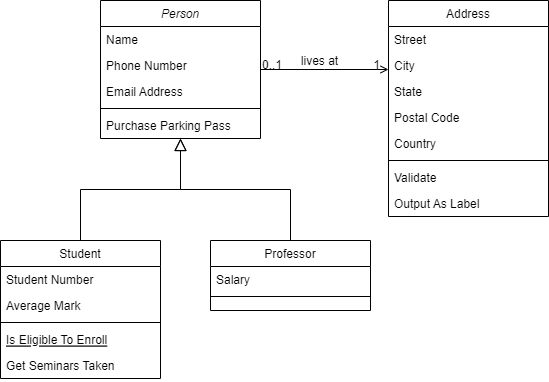
The draw.io diagram Module8/ProgrammingAssignment/ChapterThirtyExercise/SmallestElementStreamUML.png in njlowhorn/Java_Class, before a commit. Source tidied: cells renumbered, new cells last; positions are measured from the earlier drawing's top-left corner, leaving out a move shared by most shapes. The source it was exported from:
```xml
<mxGraphModel>
  <root>
    <mxCell id="0" />
    <mxCell id="1" parent="0" />
    <mxCell id="2" value="Person" style="swimlane;fontStyle=2;align=center;verticalAlign=top;horizontal=1;startSize=26;rounded=0;shadow=0;strokeWidth=1;" parent="1" vertex="1">
      <mxGeometry x="100" width="160" height="138" as="geometry" />
    </mxCell>
    <mxCell id="3" value="Name" style="text;align=left;verticalAlign=top;spacingLeft=4;spacingRight=4;overflow=hidden;" parent="2" vertex="1">
      <mxGeometry y="26" width="160" height="26" as="geometry" />
    </mxCell>
    <mxCell id="4" value="Phone Number" style="text;align=left;verticalAlign=top;spacingLeft=4;spacingRight=4;overflow=hidden;rounded=0;shadow=0;html=0;" parent="2" vertex="1">
      <mxGeometry y="52" width="160" height="26" as="geometry" />
    </mxCell>
    <mxCell id="5" value="Email Address" style="text;align=left;verticalAlign=top;spacingLeft=4;spacingRight=4;overflow=hidden;rounded=0;shadow=0;html=0;" parent="2" vertex="1">
      <mxGeometry y="78" width="160" height="26" as="geometry" />
    </mxCell>
    <mxCell id="6" style="line;html=1;strokeWidth=1;align=left;verticalAlign=middle;spacingTop=-1;spacingLeft=3;spacingRight=3;labelPosition=right;" parent="2" vertex="1">
      <mxGeometry y="104" width="160" height="8" as="geometry" />
    </mxCell>
    <mxCell id="7" value="Purchase Parking Pass" style="text;align=left;verticalAlign=top;spacingLeft=4;spacingRight=4;overflow=hidden;" parent="2" vertex="1">
      <mxGeometry y="112" width="160" height="26" as="geometry" />
    </mxCell>
    <mxCell id="8" value="Student" style="swimlane;fontStyle=0;align=center;verticalAlign=top;horizontal=1;startSize=26;rounded=0;shadow=0;strokeWidth=1;" parent="1" vertex="1">
      <mxGeometry y="240" width="160" height="138" as="geometry" />
    </mxCell>
    <mxCell id="9" value="Student Number" style="text;align=left;verticalAlign=top;spacingLeft=4;spacingRight=4;overflow=hidden;" parent="8" vertex="1">
      <mxGeometry y="26" width="160" height="26" as="geometry" />
    </mxCell>
    <mxCell id="10" value="Average Mark" style="text;align=left;verticalAlign=top;spacingLeft=4;spacingRight=4;overflow=hidden;rounded=0;shadow=0;html=0;" parent="8" vertex="1">
      <mxGeometry y="52" width="160" height="26" as="geometry" />
    </mxCell>
    <mxCell id="11" style="line;html=1;strokeWidth=1;align=left;verticalAlign=middle;spacingTop=-1;spacingLeft=3;spacingRight=3;labelPosition=right;" parent="8" vertex="1">
      <mxGeometry y="78" width="160" height="8" as="geometry" />
    </mxCell>
    <mxCell id="12" value="Is Eligible To Enroll" style="text;align=left;verticalAlign=top;spacingLeft=4;spacingRight=4;overflow=hidden;fontStyle=4;" parent="8" vertex="1">
      <mxGeometry y="86" width="160" height="26" as="geometry" />
    </mxCell>
    <mxCell id="13" value="Get Seminars Taken" style="text;align=left;verticalAlign=top;spacingLeft=4;spacingRight=4;overflow=hidden;" parent="8" vertex="1">
      <mxGeometry y="112" width="160" height="26" as="geometry" />
    </mxCell>
    <mxCell id="14" style="endArrow=block;endSize=10;endFill=0;shadow=0;strokeWidth=1;rounded=0;edgeStyle=elbowEdgeStyle;elbow=vertical;" parent="1" edge="1" source="8" target="2">
      <mxGeometry relative="1" as="geometry" />
    </mxCell>
    <mxCell id="15" value="Professor" style="swimlane;fontStyle=0;align=center;verticalAlign=top;horizontal=1;startSize=26;rounded=0;shadow=0;strokeWidth=1;" parent="1" vertex="1">
      <mxGeometry x="210" y="240" width="160" height="70" as="geometry" />
    </mxCell>
    <mxCell id="16" value="Salary" style="text;align=left;verticalAlign=top;spacingLeft=4;spacingRight=4;overflow=hidden;" parent="15" vertex="1">
      <mxGeometry y="26" width="160" height="26" as="geometry" />
    </mxCell>
    <mxCell id="17" style="line;html=1;strokeWidth=1;align=left;verticalAlign=middle;spacingTop=-1;spacingLeft=3;spacingRight=3;labelPosition=right;" parent="15" vertex="1">
      <mxGeometry y="52" width="160" height="8" as="geometry" />
    </mxCell>
    <mxCell id="18" style="endArrow=block;endSize=10;endFill=0;shadow=0;strokeWidth=1;rounded=0;edgeStyle=elbowEdgeStyle;elbow=vertical;" parent="1" edge="1" source="15" target="2">
      <mxGeometry relative="1" as="geometry" />
    </mxCell>
    <mxCell id="19" value="Address" style="swimlane;fontStyle=0;align=center;verticalAlign=top;horizontal=1;startSize=26;rounded=0;shadow=0;strokeWidth=1;" parent="1" vertex="1">
      <mxGeometry x="388" width="160" height="216" as="geometry" />
    </mxCell>
    <mxCell id="20" value="Street" style="text;align=left;verticalAlign=top;spacingLeft=4;spacingRight=4;overflow=hidden;" parent="19" vertex="1">
      <mxGeometry y="26" width="160" height="26" as="geometry" />
    </mxCell>
    <mxCell id="21" value="City" style="text;align=left;verticalAlign=top;spacingLeft=4;spacingRight=4;overflow=hidden;rounded=0;shadow=0;html=0;" parent="19" vertex="1">
      <mxGeometry y="52" width="160" height="26" as="geometry" />
    </mxCell>
    <mxCell id="22" value="State" style="text;align=left;verticalAlign=top;spacingLeft=4;spacingRight=4;overflow=hidden;rounded=0;shadow=0;html=0;" parent="19" vertex="1">
      <mxGeometry y="78" width="160" height="26" as="geometry" />
    </mxCell>
    <mxCell id="23" value="Postal Code" style="text;align=left;verticalAlign=top;spacingLeft=4;spacingRight=4;overflow=hidden;rounded=0;shadow=0;html=0;" parent="19" vertex="1">
      <mxGeometry y="104" width="160" height="26" as="geometry" />
    </mxCell>
    <mxCell id="24" value="Country" style="text;align=left;verticalAlign=top;spacingLeft=4;spacingRight=4;overflow=hidden;rounded=0;shadow=0;html=0;" parent="19" vertex="1">
      <mxGeometry y="130" width="160" height="26" as="geometry" />
    </mxCell>
    <mxCell id="25" style="line;html=1;strokeWidth=1;align=left;verticalAlign=middle;spacingTop=-1;spacingLeft=3;spacingRight=3;labelPosition=right;" parent="19" vertex="1">
      <mxGeometry y="156" width="160" height="8" as="geometry" />
    </mxCell>
    <mxCell id="26" value="Validate" style="text;align=left;verticalAlign=top;spacingLeft=4;spacingRight=4;overflow=hidden;" parent="19" vertex="1">
      <mxGeometry y="164" width="160" height="26" as="geometry" />
    </mxCell>
    <mxCell id="27" value="Output As Label" style="text;align=left;verticalAlign=top;spacingLeft=4;spacingRight=4;overflow=hidden;" parent="19" vertex="1">
      <mxGeometry y="190" width="160" height="26" as="geometry" />
    </mxCell>
    <mxCell id="28" style="endArrow=open;shadow=0;strokeWidth=1;rounded=0;endFill=1;edgeStyle=elbowEdgeStyle;elbow=vertical;" parent="1" edge="1" source="2" target="19">
      <mxGeometry x="0.5" y="41" relative="1" as="geometry">
        <mxPoint x="-40" y="32" as="offset" />
      </mxGeometry>
    </mxCell>
    <mxCell id="29" value="0..1" style="align=left;verticalAlign=bottom;labelBackgroundColor=none;fontSize=12;" parent="28" vertex="1">
      <mxGeometry x="-1" relative="1" as="geometry">
        <mxPoint y="4" as="offset" />
      </mxGeometry>
    </mxCell>
    <mxCell id="30" value="1" style="align=right;verticalAlign=bottom;labelBackgroundColor=none;fontSize=12;" parent="28" vertex="1">
      <mxGeometry x="1" relative="1" as="geometry">
        <mxPoint x="-7" y="4" as="offset" />
      </mxGeometry>
    </mxCell>
    <mxCell id="31" value="lives at" style="text;html=1;align=center;verticalAlign=middle;labelBackgroundColor=none;rounded=0;shadow=0;strokeWidth=1;fontSize=12;" parent="28" vertex="1">
      <mxGeometry x="0.5" y="49" relative="1" as="geometry">
        <mxPoint x="-38" y="40" as="offset" />
      </mxGeometry>
    </mxCell>
  </root>
</mxGraphModel>
```
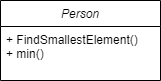
Above is the later version.

What changed in the source:
```diff
@@ -3,102 +3,10 @@
     <mxCell id="0" />
     <mxCell id="1" parent="0" />
     <mxCell id="2" value="Person" style="swimlane;fontStyle=2;align=center;verticalAlign=top;horizontal=1;startSize=26;rounded=0;shadow=0;strokeWidth=1;" parent="1" vertex="1">
-      <mxGeometry x="100" width="160" height="138" as="geometry" />
+      <mxGeometry x="100" width="160" height="80" as="geometry" />
     </mxCell>
-    <mxCell id="3" value="Name" style="text;align=left;verticalAlign=top;spacingLeft=4;spacingRight=4;overflow=hidden;" parent="2" vertex="1">
-      <mxGeometry y="26" width="160" height="26" as="geometry" />
+    <mxCell id="3" value="+ FindSmallestElement()&#10;+ min()" style="text;align=left;verticalAlign=top;spacingLeft=4;spacingRight=4;overflow=hidden;" parent="2" vertex="1">
+      <mxGeometry y="26" width="160" height="34" as="geometry" />
     </mxCell>
-    <mxCell id="4" value="Phone Number" style="text;align=left;verticalAlign=top;spacingLeft=4;spacingRight=4;overflow=hidden;rounded=0;shadow=0;html=0;" parent="2" vertex="1">
-      <mxGeometry y="52" width="160" height="26" as="geometry" />
-    </mxCell>
-    <mxCell id="5" value="Email Address" style="text;align=left;verticalAlign=top;spacingLeft=4;spacingRight=4;overflow=hidden;rounded=0;shadow=0;html=0;" parent="2" vertex="1">
-      <mxGeometry y="78" width="160" height="26" as="geometry" />
-    </mxCell>
-    <mxCell id="6" style="line;html=1;strokeWidth=1;align=left;verticalAlign=middle;spacingTop=-1;spacingLeft=3;spacingRight=3;labelPosition=right;" parent="2" vertex="1">
-      <mxGeometry y="104" width="160" height="8" as="geometry" />
-    </mxCell>
-    <mxCell id="7" value="Purchase Parking Pass" style="text;align=left;verticalAlign=top;spacingLeft=4;spacingRight=4;overflow=hidden;" parent="2" vertex="1">
-      <mxGeometry y="112" width="160" height="26" as="geometry" />
-    </mxCell>
-    <mxCell id="8" value="Student" style="swimlane;fontStyle=0;align=center;verticalAlign=top;horizontal=1;startSize=26;rounded=0;shadow=0;strokeWidth=1;" parent="1" vertex="1">
-      <mxGeometry y="240" width="160" height="138" as="geometry" />
-    </mxCell>
-    <mxCell id="9" value="Student Number" style="text;align=left;verticalAlign=top;spacingLeft=4;spacingRight=4;overflow=hidden;" parent="8" vertex="1">
-      <mxGeometry y="26" width="160" height="26" as="geometry" />
-    </mxCell>
-    <mxCell id="10" value="Average Mark" style="text;align=left;verticalAlign=top;spacingLeft=4;spacingRight=4;overflow=hidden;rounded=0;shadow=0;html=0;" parent="8" vertex="1">
-      <mxGeometry y="52" width="160" height="26" as="geometry" />
-    </mxCell>
-    <mxCell id="11" style="line;html=1;strokeWidth=1;align=left;verticalAlign=middle;spacingTop=-1;spacingLeft=3;spacingRight=3;labelPosition=right;" parent="8" vertex="1">
-      <mxGeometry y="78" width="160" height="8" as="geometry" />
-    </mxCell>
-    <mxCell id="12" value="Is Eligible To Enroll" style="text;align=left;verticalAlign=top;spacingLeft=4;spacingRight=4;overflow=hidden;fontStyle=4;" parent="8" vertex="1">
-      <mxGeometry y="86" width="160" height="26" as="geometry" />
-    </mxCell>
-    <mxCell id="13" value="Get Seminars Taken" style="text;align=left;verticalAlign=top;spacingLeft=4;spacingRight=4;overflow=hidden;" parent="8" vertex="1">
-      <mxGeometry y="112" width="160" height="26" as="geometry" />
-    </mxCell>
-    <mxCell id="14" style="endArrow=block;endSize=10;endFill=0;shadow=0;strokeWidth=1;rounded=0;edgeStyle=elbowEdgeStyle;elbow=vertical;" parent="1" edge="1" source="8" target="2">
-      <mxGeometry relative="1" as="geometry" />
-    </mxCell>
-    <mxCell id="15" value="Professor" style="swimlane;fontStyle=0;align=center;verticalAlign=top;horizontal=1;startSize=26;rounded=0;shadow=0;strokeWidth=1;" parent="1" vertex="1">
-      <mxGeometry x="210" y="240" width="160" height="70" as="geometry" />
-    </mxCell>
-    <mxCell id="16" value="Salary" style="text;align=left;verticalAlign=top;spacingLeft=4;spacingRight=4;overflow=hidden;" parent="15" vertex="1">
-      <mxGeometry y="26" width="160" height="26" as="geometry" />
-    </mxCell>
-    <mxCell id="17" style="line;html=1;strokeWidth=1;align=left;verticalAlign=middle;spacingTop=-1;spacingLeft=3;spacingRight=3;labelPosition=right;" parent="15" vertex="1">
-      <mxGeometry y="52" width="160" height="8" as="geometry" />
-    </mxCell>
-    <mxCell id="18" style="endArrow=block;endSize=10;endFill=0;shadow=0;strokeWidth=1;rounded=0;edgeStyle=elbowEdgeStyle;elbow=vertical;" parent="1" edge="1" source="15" target="2">
-      <mxGeometry relative="1" as="geometry" />
-    </mxCell>
-    <mxCell id="19" value="Address" style="swimlane;fontStyle=0;align=center;verticalAlign=top;horizontal=1;startSize=26;rounded=0;shadow=0;strokeWidth=1;" parent="1" vertex="1">
-      <mxGeometry x="388" width="160" height="216" as="geometry" />
-    </mxCell>
-    <mxCell id="20" value="Street" style="text;align=left;verticalAlign=top;spacingLeft=4;spacingRight=4;overflow=hidden;" parent="19" vertex="1">
-      <mxGeometry y="26" width="160" height="26" as="geometry" />
-    </mxCell>
-    <mxCell id="21" value="City" style="text;align=left;verticalAlign=top;spacingLeft=4;spacingRight=4;overflow=hidden;rounded=0;shadow=0;html=0;" parent="19" vertex="1">
-      <mxGeometry y="52" width="160" height="26" as="geometry" />
-    </mxCell>
-    <mxCell id="22" value="State" style="text;align=left;verticalAlign=top;spacingLeft=4;spacingRight=4;overflow=hidden;rounded=0;shadow=0;html=0;" parent="19" vertex="1">
-      <mxGeometry y="78" width="160" height="26" as="geometry" />
-    </mxCell>
-    <mxCell id="23" value="Postal Code" style="text;align=left;verticalAlign=top;spacingLeft=4;spacingRight=4;overflow=hidden;rounded=0;shadow=0;html=0;" parent="19" vertex="1">
-      <mxGeometry y="104" width="160" height="26" as="geometry" />
-    </mxCell>
-    <mxCell id="24" value="Country" style="text;align=left;verticalAlign=top;spacingLeft=4;spacingRight=4;overflow=hidden;rounded=0;shadow=0;html=0;" parent="19" vertex="1">
-      <mxGeometry y="130" width="160" height="26" as="geometry" />
-    </mxCell>
-    <mxCell id="25" style="line;html=1;strokeWidth=1;align=left;verticalAlign=middle;spacingTop=-1;spacingLeft=3;spacingRight=3;labelPosition=right;" parent="19" vertex="1">
-      <mxGeometry y="156" width="160" height="8" as="geometry" />
-    </mxCell>
-    <mxCell id="26" value="Validate" style="text;align=left;verticalAlign=top;spacingLeft=4;spacingRight=4;overflow=hidden;" parent="19" vertex="1">
-      <mxGeometry y="164" width="160" height="26" as="geometry" />
-    </mxCell>
-    <mxCell id="27" value="Output As Label" style="text;align=left;verticalAlign=top;spacingLeft=4;spacingRight=4;overflow=hidden;" parent="19" vertex="1">
-      <mxGeometry y="190" width="160" height="26" as="geometry" />
-    </mxCell>
-    <mxCell id="28" style="endArrow=open;shadow=0;strokeWidth=1;rounded=0;endFill=1;edgeStyle=elbowEdgeStyle;elbow=vertical;" parent="1" edge="1" source="2" target="19">
-      <mxGeometry x="0.5" y="41" relative="1" as="geometry">
-        <mxPoint x="-40" y="32" as="offset" />
-      </mxGeometry>
-    </mxCell>
-    <mxCell id="29" value="0..1" style="align=left;verticalAlign=bottom;labelBackgroundColor=none;fontSize=12;" parent="28" vertex="1">
-      <mxGeometry x="-1" relative="1" as="geometry">
-        <mxPoint y="4" as="offset" />
-      </mxGeometry>
-    </mxCell>
-    <mxCell id="30" value="1" style="align=right;verticalAlign=bottom;labelBackgroundColor=none;fontSize=12;" parent="28" vertex="1">
-      <mxGeometry x="1" relative="1" as="geometry">
-        <mxPoint x="-7" y="4" as="offset" />
-      </mxGeometry>
-    </mxCell>
-    <mxCell id="31" value="lives at" style="text;html=1;align=center;verticalAlign=middle;labelBackgroundColor=none;rounded=0;shadow=0;strokeWidth=1;fontSize=12;" parent="28" vertex="1">
-      <mxGeometry x="0.5" y="49" relative="1" as="geometry">
-        <mxPoint x="-38" y="40" as="offset" />
-      </mxGeometry>
-    </mxCell>
   </root>
 </mxGraphModel>
```
